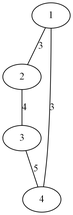
The Graphviz diagram Python/graph/graph.gv.png in huaruoji/OI-Graphviz, before a commit. Its source is kept beside it as Python/graph/graph.gv.
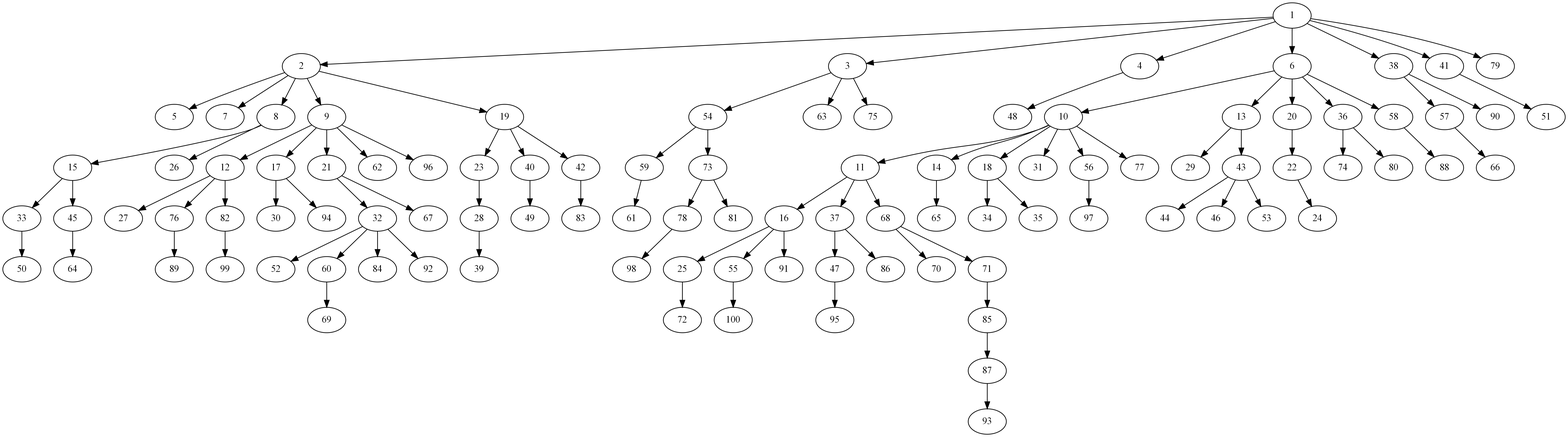
The same diagram one commit later.

Change to the diagram source:
```diff
@@ -1,7 +1,102 @@
 digraph "graph" {
 	graph [dpi=300]
-	1 -> 2 [label=3 dir=none]
-	2 -> 3 [label=4 dir=none]
-	3 -> 4 [label=5 dir=none]
-	4 -> 1 [label=3 dir=none]
+	1 -> 2
+	1 -> 3
+	1 -> 4
+	2 -> 5
+	1 -> 6
+	2 -> 7
+	2 -> 8
+	2 -> 9
+	6 -> 10
+	10 -> 11
+	9 -> 12
+	6 -> 13
+	10 -> 14
+	8 -> 15
+	11 -> 16
+	9 -> 17
+	10 -> 18
+	2 -> 19
+	6 -> 20
+	9 -> 21
+	20 -> 22
+	19 -> 23
+	22 -> 24
+	16 -> 25
+	8 -> 26
+	12 -> 27
+	23 -> 28
+	13 -> 29
+	17 -> 30
+	10 -> 31
+	21 -> 32
+	15 -> 33
+	18 -> 34
+	18 -> 35
+	6 -> 36
+	11 -> 37
+	1 -> 38
+	28 -> 39
+	19 -> 40
+	1 -> 41
+	19 -> 42
+	13 -> 43
+	43 -> 44
+	15 -> 45
+	43 -> 46
+	37 -> 47
+	4 -> 48
+	40 -> 49
+	33 -> 50
+	41 -> 51
+	32 -> 52
+	43 -> 53
+	3 -> 54
+	16 -> 55
+	10 -> 56
+	38 -> 57
+	6 -> 58
+	54 -> 59
+	32 -> 60
+	59 -> 61
+	9 -> 62
+	3 -> 63
+	45 -> 64
+	14 -> 65
+	57 -> 66
+	21 -> 67
+	11 -> 68
+	60 -> 69
+	68 -> 70
+	68 -> 71
+	25 -> 72
+	54 -> 73
+	36 -> 74
+	3 -> 75
+	12 -> 76
+	10 -> 77
+	73 -> 78
+	1 -> 79
+	36 -> 80
+	73 -> 81
+	12 -> 82
+	42 -> 83
+	32 -> 84
+	71 -> 85
+	37 -> 86
+	85 -> 87
+	58 -> 88
+	76 -> 89
+	38 -> 90
+	16 -> 91
+	32 -> 92
+	87 -> 93
+	17 -> 94
+	47 -> 95
+	9 -> 96
+	56 -> 97
+	78 -> 98
+	82 -> 99
+	55 -> 100
 }
```
